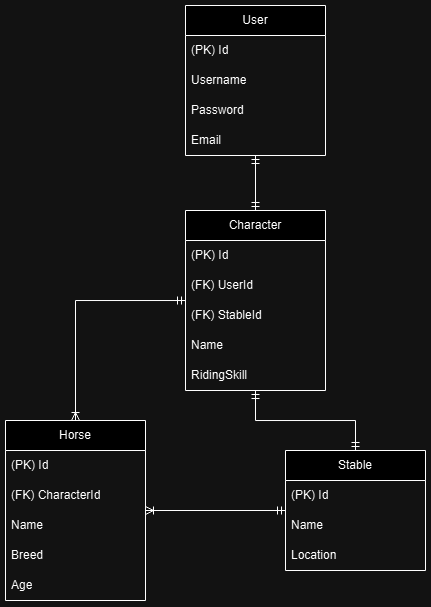
svee01/starstable-wiki keeps this draw.io diagram as apps/starstable-wiki/public/starstable-wiki-erd.drawio.png. Above is the earlier version. Source tidied: cells renumbered, new cells last; positions are measured from the earlier drawing's top-left corner, leaving out a move shared by most shapes.
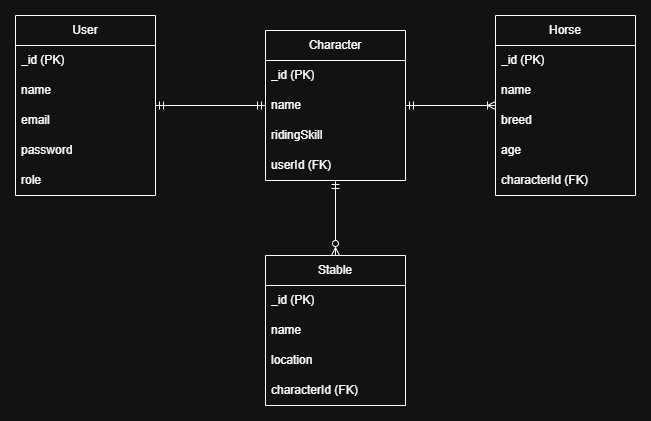
After the change.

The edit, as a diff of the source:
```diff
@@ -6,76 +6,76 @@
       <mxGeometry relative="1" as="geometry" />
     </mxCell>
     <mxCell id="3" value="User" style="swimlane;fontStyle=0;horizontal=1;startSize=30;whiteSpace=wrap;html=1;" parent="1" vertex="1">
-      <mxGeometry x="180" width="140" height="150" as="geometry" />
+      <mxGeometry x="-680" y="-65" width="140" height="180" as="geometry" />
     </mxCell>
-    <mxCell id="4" value="(PK) Id" style="text;strokeColor=none;fillColor=none;align=left;verticalAlign=middle;spacingLeft=4;spacingRight=4;overflow=hidden;whiteSpace=wrap;html=1;" parent="3" vertex="1">
-      <mxGeometry y="30" width="140" height="30" as="geometry" />
-    </mxCell>
-    <mxCell id="5" value="Username" style="text;strokeColor=none;fillColor=none;align=left;verticalAlign=middle;spacingLeft=4;spacingRight=4;overflow=hidden;whiteSpace=wrap;html=1;" parent="3" vertex="1">
-      <mxGeometry y="60" width="140" height="30" as="geometry" />
-    </mxCell>
-    <mxCell id="6" value="Password" style="text;strokeColor=none;fillColor=none;align=left;verticalAlign=middle;spacingLeft=4;spacingRight=4;overflow=hidden;whiteSpace=wrap;html=1;" parent="3" vertex="1">
-      <mxGeometry y="90" width="140" height="30" as="geometry" />
-    </mxCell>
-    <mxCell id="7" value="Email" style="text;strokeColor=none;fillColor=none;align=left;verticalAlign=middle;spacingLeft=4;spacingRight=4;overflow=hidden;whiteSpace=wrap;html=1;" parent="3" vertex="1">
-      <mxGeometry y="120" width="140" height="30" as="geometry" />
-    </mxCell>
+    <mxCell id="27" value="_id (PK)" style="text;strokeColor=none;fillColor=none;align=left;verticalAlign=middle;spacingLeft=4;spacingRight=4;overflow=hidden;whiteSpace=wrap;html=1;" parent="3" vertex="1">
+      <mxGeometry y="30" width="140" height="30" as="geometry" />
+    </mxCell>
+    <mxCell id="28" value="name" style="text;strokeColor=none;fillColor=none;align=left;verticalAlign=middle;spacingLeft=4;spacingRight=4;overflow=hidden;whiteSpace=wrap;html=1;" parent="3" vertex="1">
+      <mxGeometry y="60" width="140" height="30" as="geometry" />
+    </mxCell>
+    <mxCell id="29" value="email" style="text;strokeColor=none;fillColor=none;align=left;verticalAlign=middle;spacingLeft=4;spacingRight=4;overflow=hidden;whiteSpace=wrap;html=1;" parent="3" vertex="1">
+      <mxGeometry y="90" width="140" height="30" as="geometry" />
+    </mxCell>
+    <mxCell id="30" value="password" style="text;strokeColor=none;fillColor=none;align=left;verticalAlign=middle;spacingLeft=4;spacingRight=4;overflow=hidden;whiteSpace=wrap;html=1;" parent="3" vertex="1">
+      <mxGeometry y="120" width="140" height="30" as="geometry" />
+    </mxCell>
+    <mxCell id="31" value="role" style="text;strokeColor=none;fillColor=none;align=left;verticalAlign=middle;spacingLeft=4;spacingRight=4;overflow=hidden;whiteSpace=wrap;html=1;" parent="3" vertex="1">
+      <mxGeometry y="150" width="140" height="30" as="geometry" />
+    </mxCell>
+    <mxCell id="21" value="Character" style="swimlane;fontStyle=0;horizontal=1;startSize=30;whiteSpace=wrap;html=1;" parent="1" vertex="1">
+      <mxGeometry x="-430" y="-50" width="140" height="150" as="geometry" />
+    </mxCell>
+    <mxCell id="32" value="_id (PK)" style="text;strokeColor=none;fillColor=none;align=left;verticalAlign=middle;spacingLeft=4;spacingRight=4;overflow=hidden;whiteSpace=wrap;html=1;" parent="21" vertex="1">
+      <mxGeometry y="30" width="140" height="30" as="geometry" />
+    </mxCell>
+    <mxCell id="33" value="name" style="text;strokeColor=none;fillColor=none;align=left;verticalAlign=middle;spacingLeft=4;spacingRight=4;overflow=hidden;whiteSpace=wrap;html=1;" parent="21" vertex="1">
+      <mxGeometry y="60" width="140" height="30" as="geometry" />
+    </mxCell>
+    <mxCell id="34" value="ridingSkill" style="text;strokeColor=none;fillColor=none;align=left;verticalAlign=middle;spacingLeft=4;spacingRight=4;overflow=hidden;whiteSpace=wrap;html=1;" parent="21" vertex="1">
+      <mxGeometry y="90" width="140" height="30" as="geometry" />
+    </mxCell>
+    <mxCell id="35" value="userId (FK)" style="text;strokeColor=none;fillColor=none;align=left;verticalAlign=middle;spacingLeft=4;spacingRight=4;overflow=hidden;whiteSpace=wrap;html=1;" parent="21" vertex="1">
+      <mxGeometry y="120" width="140" height="30" as="geometry" />
+    </mxCell>
+    <mxCell id="36" style="edgeStyle=orthogonalEdgeStyle;rounded=0;jettySize=auto;html=1;endArrow=ERmandOne;endFill=0;startArrow=ERzeroToMany;startFill=0;" parent="1" edge="1" source="8" target="21">
+      <mxGeometry relative="1" as="geometry" />
+    </mxCell>
     <mxCell id="8" value="Stable" style="swimlane;fontStyle=0;horizontal=1;startSize=30;whiteSpace=wrap;html=1;" parent="1" vertex="1">
-      <mxGeometry x="280" y="445" width="140" height="120" as="geometry" />
+      <mxGeometry x="-430" y="175" width="140" height="150" as="geometry" />
     </mxCell>
-    <mxCell id="9" value="(PK) Id" style="text;strokeColor=none;fillColor=none;align=left;verticalAlign=middle;spacingLeft=4;spacingRight=4;overflow=hidden;whiteSpace=wrap;html=1;" parent="8" vertex="1">
-      <mxGeometry y="30" width="140" height="30" as="geometry" />
-    </mxCell>
-    <mxCell id="10" value="Name" style="text;strokeColor=none;fillColor=none;align=left;verticalAlign=middle;spacingLeft=4;spacingRight=4;overflow=hidden;whiteSpace=wrap;html=1;" parent="8" vertex="1">
-      <mxGeometry y="60" width="140" height="30" as="geometry" />
-    </mxCell>
-    <mxCell id="11" value="Location" style="text;strokeColor=none;fillColor=none;align=left;verticalAlign=middle;spacingLeft=4;spacingRight=4;overflow=hidden;whiteSpace=wrap;html=1;" parent="8" vertex="1">
-      <mxGeometry y="90" width="140" height="30" as="geometry" />
-    </mxCell>
-    <mxCell id="12" style="edgeStyle=orthogonalEdgeStyle;rounded=0;jettySize=auto;html=1;startArrow=ERoneToMany;startFill=0;endArrow=ERmandOne;endFill=0;" parent="1" edge="1" source="13" target="8">
-      <mxGeometry relative="1" as="geometry" />
-    </mxCell>
+    <mxCell id="37" value="_id (PK)" style="text;strokeColor=none;fillColor=none;align=left;verticalAlign=middle;spacingLeft=4;spacingRight=4;overflow=hidden;whiteSpace=wrap;html=1;" parent="8" vertex="1">
+      <mxGeometry y="30" width="140" height="30" as="geometry" />
+    </mxCell>
+    <mxCell id="38" value="name" style="text;strokeColor=none;fillColor=none;align=left;verticalAlign=middle;spacingLeft=4;spacingRight=4;overflow=hidden;whiteSpace=wrap;html=1;" parent="8" vertex="1">
+      <mxGeometry y="60" width="140" height="30" as="geometry" />
+    </mxCell>
+    <mxCell id="39" value="location" style="text;strokeColor=none;fillColor=none;align=left;verticalAlign=middle;spacingLeft=4;spacingRight=4;overflow=hidden;whiteSpace=wrap;html=1;" parent="8" vertex="1">
+      <mxGeometry y="90" width="140" height="30" as="geometry" />
+    </mxCell>
+    <mxCell id="40" value="characterId (FK)" style="text;strokeColor=none;fillColor=none;align=left;verticalAlign=middle;spacingLeft=4;spacingRight=4;overflow=hidden;whiteSpace=wrap;html=1;" parent="8" vertex="1">
+      <mxGeometry y="120" width="140" height="30" as="geometry" />
+    </mxCell>
+    <mxCell id="41" style="edgeStyle=orthogonalEdgeStyle;rounded=0;jettySize=auto;html=1;startArrow=ERoneToMany;startFill=0;endArrow=ERmandOne;endFill=0;" parent="1" edge="1" source="13" target="21">
+      <mxGeometry relative="1" as="geometry" />
+    </mxCell>
     <mxCell id="13" value="Horse" style="swimlane;fontStyle=0;horizontal=1;startSize=30;whiteSpace=wrap;html=1;" parent="1" vertex="1">
-      <mxGeometry y="415" width="140" height="180" as="geometry" />
+      <mxGeometry x="-200" y="-65" width="140" height="180" as="geometry" />
     </mxCell>
-    <mxCell id="14" value="(PK) Id" style="text;strokeColor=none;fillColor=none;align=left;verticalAlign=middle;spacingLeft=4;spacingRight=4;overflow=hidden;whiteSpace=wrap;html=1;" parent="13" vertex="1">
-      <mxGeometry y="30" width="140" height="30" as="geometry" />
-    </mxCell>
-    <mxCell id="15" value="(FK) CharacterId" style="text;strokeColor=none;fillColor=none;align=left;verticalAlign=middle;spacingLeft=4;spacingRight=4;overflow=hidden;whiteSpace=wrap;html=1;" parent="13" vertex="1">
-      <mxGeometry y="60" width="140" height="30" as="geometry" />
-    </mxCell>
-    <mxCell id="16" value="Name" style="text;strokeColor=none;fillColor=none;align=left;verticalAlign=middle;spacingLeft=4;spacingRight=4;overflow=hidden;whiteSpace=wrap;html=1;" parent="13" vertex="1">
-      <mxGeometry y="90" width="140" height="30" as="geometry" />
-    </mxCell>
-    <mxCell id="17" value="Breed" style="text;strokeColor=none;fillColor=none;align=left;verticalAlign=middle;spacingLeft=4;spacingRight=4;overflow=hidden;whiteSpace=wrap;html=1;" parent="13" vertex="1">
-      <mxGeometry y="120" width="140" height="30" as="geometry" />
-    </mxCell>
-    <mxCell id="18" value="Age" style="text;strokeColor=none;fillColor=none;align=left;verticalAlign=middle;spacingLeft=4;spacingRight=4;overflow=hidden;whiteSpace=wrap;html=1;" parent="13" vertex="1">
-      <mxGeometry y="150" width="140" height="30" as="geometry" />
-    </mxCell>
-    <mxCell id="19" style="edgeStyle=orthogonalEdgeStyle;rounded=0;jettySize=auto;html=1;startArrow=ERmandOne;startFill=0;endArrow=ERmandOne;endFill=0;" parent="1" edge="1" source="21" target="8">
-      <mxGeometry relative="1" as="geometry" />
-    </mxCell>
-    <mxCell id="20" style="edgeStyle=orthogonalEdgeStyle;rounded=0;jettySize=auto;html=1;startArrow=ERmandOne;startFill=0;endArrow=ERoneToMany;endFill=0;" parent="1" edge="1" source="21" target="13">
-      <mxGeometry relative="1" as="geometry" />
-    </mxCell>
-    <mxCell id="21" value="Character" style="swimlane;fontStyle=0;horizontal=1;startSize=30;whiteSpace=wrap;html=1;" parent="1" vertex="1">
-      <mxGeometry x="180" y="205" width="140" height="180" as="geometry" />
-    </mxCell>
-    <mxCell id="22" value="(PK) Id" style="text;strokeColor=none;fillColor=none;align=left;verticalAlign=middle;spacingLeft=4;spacingRight=4;overflow=hidden;whiteSpace=wrap;html=1;" parent="21" vertex="1">
-      <mxGeometry y="30" width="140" height="30" as="geometry" />
-    </mxCell>
-    <mxCell id="23" value="(FK) UserId" style="text;strokeColor=none;fillColor=none;align=left;verticalAlign=middle;spacingLeft=4;spacingRight=4;overflow=hidden;whiteSpace=wrap;html=1;" parent="21" vertex="1">
-      <mxGeometry y="60" width="140" height="30" as="geometry" />
-    </mxCell>
-    <mxCell id="24" value="(FK) StableId" style="text;strokeColor=none;fillColor=none;align=left;verticalAlign=middle;spacingLeft=4;spacingRight=4;overflow=hidden;whiteSpace=wrap;html=1;" parent="21" vertex="1">
-      <mxGeometry y="90" width="140" height="30" as="geometry" />
-    </mxCell>
-    <mxCell id="25" value="Name" style="text;strokeColor=none;fillColor=none;align=left;verticalAlign=middle;spacingLeft=4;spacingRight=4;overflow=hidden;whiteSpace=wrap;html=1;" parent="21" vertex="1">
-      <mxGeometry y="120" width="140" height="30" as="geometry" />
-    </mxCell>
-    <mxCell id="26" value="RidingSkill" style="text;strokeColor=none;fillColor=none;align=left;verticalAlign=middle;spacingLeft=4;spacingRight=4;overflow=hidden;whiteSpace=wrap;html=1;" parent="21" vertex="1">
-      <mxGeometry y="150" width="140" height="30" as="geometry" />
-    </mxCell>
+    <mxCell id="42" value="_id (PK)" style="text;strokeColor=none;fillColor=none;align=left;verticalAlign=middle;spacingLeft=4;spacingRight=4;overflow=hidden;whiteSpace=wrap;html=1;" parent="13" vertex="1">
+      <mxGeometry y="30" width="140" height="30" as="geometry" />
+    </mxCell>
+    <mxCell id="43" value="name" style="text;strokeColor=none;fillColor=none;align=left;verticalAlign=middle;spacingLeft=4;spacingRight=4;overflow=hidden;whiteSpace=wrap;html=1;" parent="13" vertex="1">
+      <mxGeometry y="60" width="140" height="30" as="geometry" />
+    </mxCell>
+    <mxCell id="44" value="breed" style="text;strokeColor=none;fillColor=none;align=left;verticalAlign=middle;spacingLeft=4;spacingRight=4;overflow=hidden;whiteSpace=wrap;html=1;" parent="13" vertex="1">
+      <mxGeometry y="90" width="140" height="30" as="geometry" />
+    </mxCell>
+    <mxCell id="45" value="age" style="text;strokeColor=none;fillColor=none;align=left;verticalAlign=middle;spacingLeft=4;spacingRight=4;overflow=hidden;whiteSpace=wrap;html=1;" parent="13" vertex="1">
+      <mxGeometry y="120" width="140" height="30" as="geometry" />
+    </mxCell>
+    <mxCell id="46" value="characterId (FK)" style="text;strokeColor=none;fillColor=none;align=left;verticalAlign=middle;spacingLeft=4;spacingRight=4;overflow=hidden;whiteSpace=wrap;html=1;" parent="13" vertex="1">
+      <mxGeometry y="150" width="140" height="30" as="geometry" />
+    </mxCell>
   </root>
 </mxGraphModel>
```
